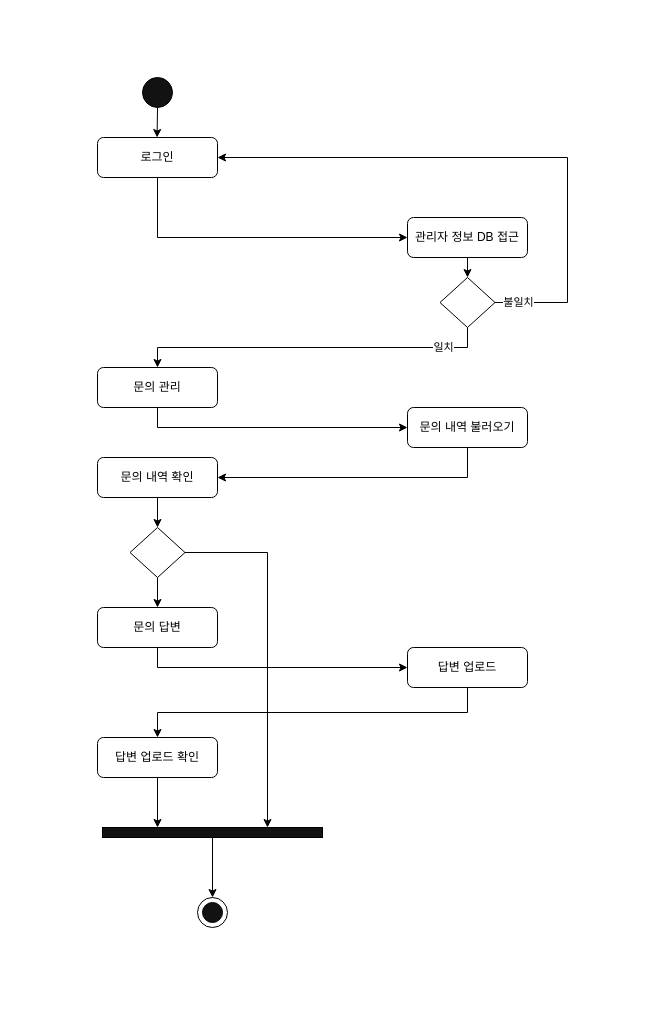
VegetableKim/- keeps this draw.io diagram as 활동다이어그램-문의관리.drawio. Above is the earlier version. Source tidied: cells renumbered, new cells numbered last; positions are measured from the earlier drawing's top-left corner, leaving out a move shared by most shapes. Both pictures are drawn from the tidied source at 100%, with x=0, y=0 at pixel (97, 77).
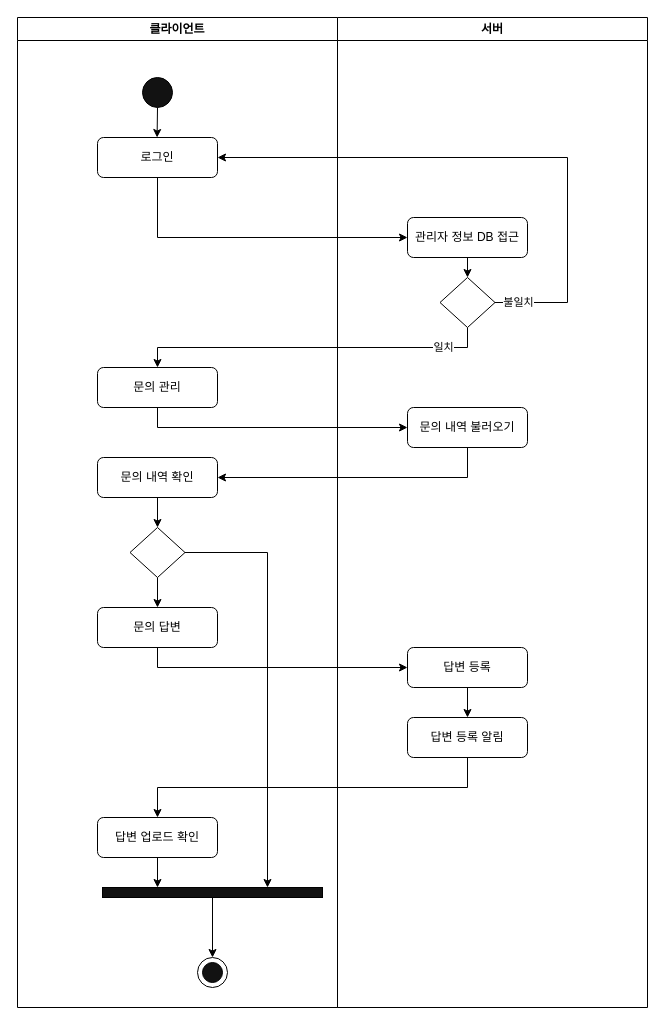
After the change.

Commit message:
활동다이어그램-문의관리.drawio 업데이트

The edit, as a diff of the source:
```diff
@@
-    <mxCell id="4" style="ellipse;whiteSpace=wrap;html=1;" parent="1" vertex="1">
-      <mxGeometry x="100" y="820" width="30" height="30" as="geometry" />
-    </mxCell>
-    <mxCell id="5" style="ellipse;whiteSpace=wrap;html=1;fillColor=#121212;" parent="1" vertex="1">
-      <mxGeometry x="105" y="825" width="20" height="20" as="geometry" />
-    </mxCell>
@@
-    <mxCell id="7" value="로그인" style="rounded=1;whiteSpace=wrap;html=1;" parent="1" vertex="1">
-      <mxGeometry y="60" width="120" height="40" as="geometry" />
-    </mxCell>
@@
-    <mxCell id="24" style="edgeStyle=orthogonalEdgeStyle;rounded=0;jettySize=auto;html=1;exitX=0.5;exitY=1;exitDx=0;exitDy=0;entryX=0.5;entryY=0;entryDx=0;entryDy=0;" parent="1" edge="1" source="25" target="27">
-      <mxGeometry relative="1" as="geometry" />
-    </mxCell>
+    <mxCell id="30" style="edgeStyle=orthogonalEdgeStyle;rounded=0;jettySize=auto;html=1;exitX=0.5;exitY=1;exitDx=0;exitDy=0;entryX=0.5;entryY=0;entryDx=0;entryDy=0;" parent="1" edge="1" source="25" target="33">
+      <mxGeometry relative="1" as="geometry" />
+    </mxCell>
-    <mxCell id="25" value="답변 업로드" style="rounded=1;whiteSpace=wrap;html=1;" parent="1" vertex="1">
+    <mxCell id="25" value="답변 등록" style="rounded=1;whiteSpace=wrap;html=1;" parent="1" vertex="1">
       <mxGeometry x="310" y="570" width="120" height="40" as="geometry" />
     </mxCell>
+    <mxCell id="31" value="클라이언트" style="swimlane;whiteSpace=wrap;html=1;" parent="1" vertex="1">
+      <mxGeometry x="-80" y="-60" width="320" height="990" as="geometry" />
+    </mxCell>
+    <mxCell id="7" value="로그인" style="rounded=1;whiteSpace=wrap;html=1;" parent="31" vertex="1">
+      <mxGeometry x="80" y="120" width="120" height="40" as="geometry" />
+    </mxCell>
+    <mxCell id="4" style="ellipse;whiteSpace=wrap;html=1;" parent="31" vertex="1">
+      <mxGeometry x="180" y="940" width="30" height="30" as="geometry" />
+    </mxCell>
+    <mxCell id="28" style="edgeStyle=orthogonalEdgeStyle;rounded=0;jettySize=auto;html=1;exitX=0.5;exitY=1;exitDx=0;exitDy=0;entryX=0.5;entryY=0;entryDx=0;entryDy=0;" parent="31" edge="1" source="29" target="4">
+      <mxGeometry relative="1" as="geometry" />
+    </mxCell>
+    <mxCell id="5" style="ellipse;whiteSpace=wrap;html=1;fillColor=#121212;" parent="31" vertex="1">
+      <mxGeometry x="185" y="945" width="20" height="20" as="geometry" />
+    </mxCell>
+    <mxCell id="27" value="답변 업로드 확인" style="rounded=1;whiteSpace=wrap;html=1;" parent="31" vertex="1">
+      <mxGeometry x="80" y="800" width="120" height="40" as="geometry" />
+    </mxCell>
+    <mxCell id="29" style="rounded=0;whiteSpace=wrap;html=1;fillColor=#121212;" parent="31" vertex="1">
+      <mxGeometry x="85" y="870" width="220" height="10" as="geometry" />
+    </mxCell>
-    <mxCell id="26" style="edgeStyle=orthogonalEdgeStyle;rounded=0;jettySize=auto;html=1;exitX=0.5;exitY=1;exitDx=0;exitDy=0;entryX=0.25;entryY=0;entryDx=0;entryDy=0;" parent="1" edge="1" source="27" target="29">
+    <mxCell id="26" style="edgeStyle=orthogonalEdgeStyle;rounded=0;jettySize=auto;html=1;exitX=0.5;exitY=1;exitDx=0;exitDy=0;entryX=0.25;entryY=0;entryDx=0;entryDy=0;" parent="31" edge="1" source="27" target="29">
       <mxGeometry relative="1" as="geometry" />
     </mxCell>
-    <mxCell id="27" value="답변 업로드 확인" style="rounded=1;whiteSpace=wrap;html=1;" parent="1" vertex="1">
-      <mxGeometry y="660" width="120" height="40" as="geometry" />
-    </mxCell>
-    <mxCell id="28" style="edgeStyle=orthogonalEdgeStyle;rounded=0;jettySize=auto;html=1;exitX=0.5;exitY=1;exitDx=0;exitDy=0;entryX=0.5;entryY=0;entryDx=0;entryDy=0;" parent="1" edge="1" source="29" target="4">
-      <mxGeometry relative="1" as="geometry" />
-    </mxCell>
-    <mxCell id="29" style="rounded=0;whiteSpace=wrap;html=1;fillColor=#121212;" parent="1" vertex="1">
-      <mxGeometry x="5" y="750" width="220" height="10" as="geometry" />
-    </mxCell>
+    <mxCell id="32" value="서버" style="swimlane;whiteSpace=wrap;html=1;" parent="1" vertex="1">
+      <mxGeometry x="240" y="-60" width="310" height="990" as="geometry" />
+    </mxCell>
+    <mxCell id="33" value="답변 등록 알림" style="rounded=1;whiteSpace=wrap;html=1;" parent="32" vertex="1">
+      <mxGeometry x="70" y="700" width="120" height="40" as="geometry" />
+    </mxCell>
+    <mxCell id="34" style="edgeStyle=orthogonalEdgeStyle;rounded=0;jettySize=auto;html=1;exitX=0.5;exitY=1;exitDx=0;exitDy=0;entryX=0.5;entryY=0;entryDx=0;entryDy=0;" parent="1" edge="1" source="33" target="27">
+      <mxGeometry relative="1" as="geometry" />
+    </mxCell>
```
